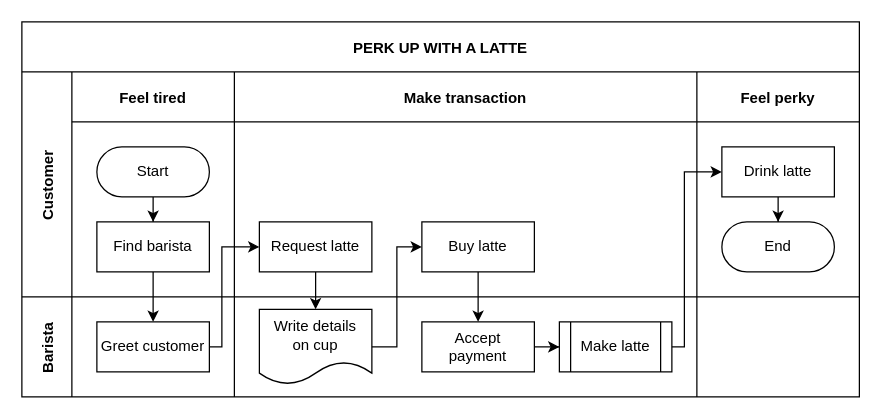
The draw.io diagram Untitled Diagram.drawio in redcomet88/DRAW, before the edit. Source tidied: cells renumbered, new cells numbered last; positions are measured from the earlier drawing's top-left corner, leaving out a move shared by most shapes. Both pictures are drawn from the tidied source at 125%, with x=0, y=0 at pixel (21, 21).
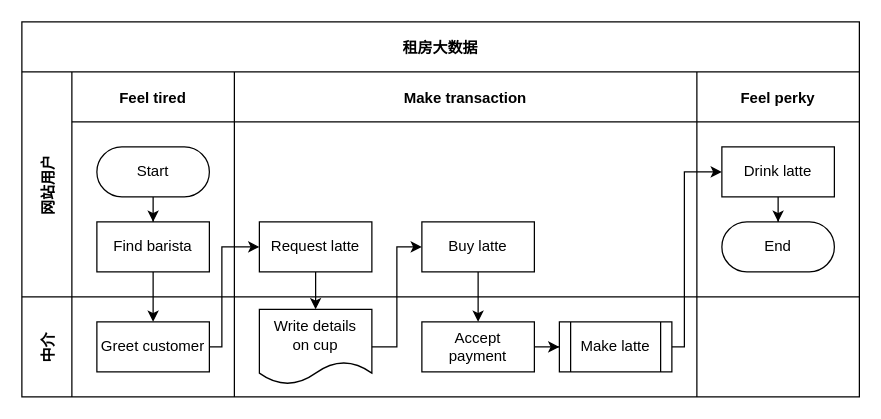
The same page after the edit.

Diff of the diagram source:
```diff
@@
-    <mxCell id="2" value="PERK UP WITH A LATTE" style="shape=table;childLayout=tableLayout;startSize=40;fillColor=none;fontStyle=1;" parent="1" vertex="1">
+    <mxCell id="2" value="租房大数据" style="shape=table;childLayout=tableLayout;startSize=40;fillColor=none;fontStyle=1;" parent="1" vertex="1">
       <mxGeometry width="670" height="300" as="geometry" />
     </mxCell>
@@
-    <mxCell id="4" value="Customer" style="shape=tableRow;horizontal=0;swimlaneHead=0;swimlaneBody=0;top=0;left=0;bottom=0;right=0;fillColor=none;startSize=40;fontStyle=1;" parent="2" vertex="1">
+    <mxCell id="4" value="网站用户" style="shape=tableRow;horizontal=0;swimlaneHead=0;swimlaneBody=0;top=0;left=0;bottom=0;right=0;fillColor=none;startSize=40;fontStyle=1;" parent="2" vertex="1">
       <mxGeometry y="40" width="670" height="180" as="geometry" />
     </mxCell>
@@
-    <mxCell id="16" value="Barista" style="shape=tableRow;horizontal=0;swimlaneHead=0;swimlaneBody=0;top=0;left=0;bottom=0;right=0;fillColor=none;startSize=40;fontStyle=1;" parent="2" vertex="1">
+    <mxCell id="16" value="中介" style="shape=tableRow;horizontal=0;swimlaneHead=0;swimlaneBody=0;top=0;left=0;bottom=0;right=0;fillColor=none;startSize=40;fontStyle=1;" parent="2" vertex="1">
       <mxGeometry y="220" width="670" height="80" as="geometry" />
     </mxCell>
```
